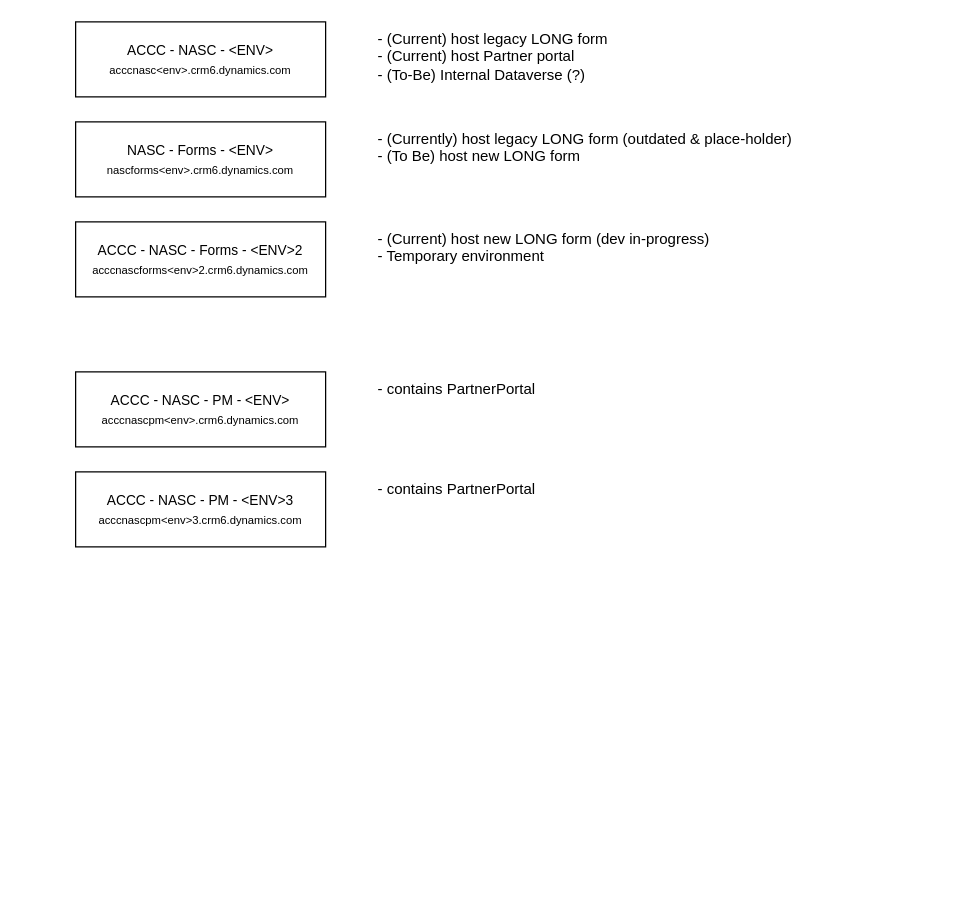
Before: page "Page-3" (3 of 3) of logging/Untitled Diagram.drawio in danieldotskc/helloworld, a draw.io diagram. Source tidied: cells renumbered, new cells numbered last; positions are measured from the earlier drawing's top-left corner, leaving out a move shared by most shapes. Both pictures are drawn from the tidied source at 125%, with x=0, y=0 at pixel (75, 21).
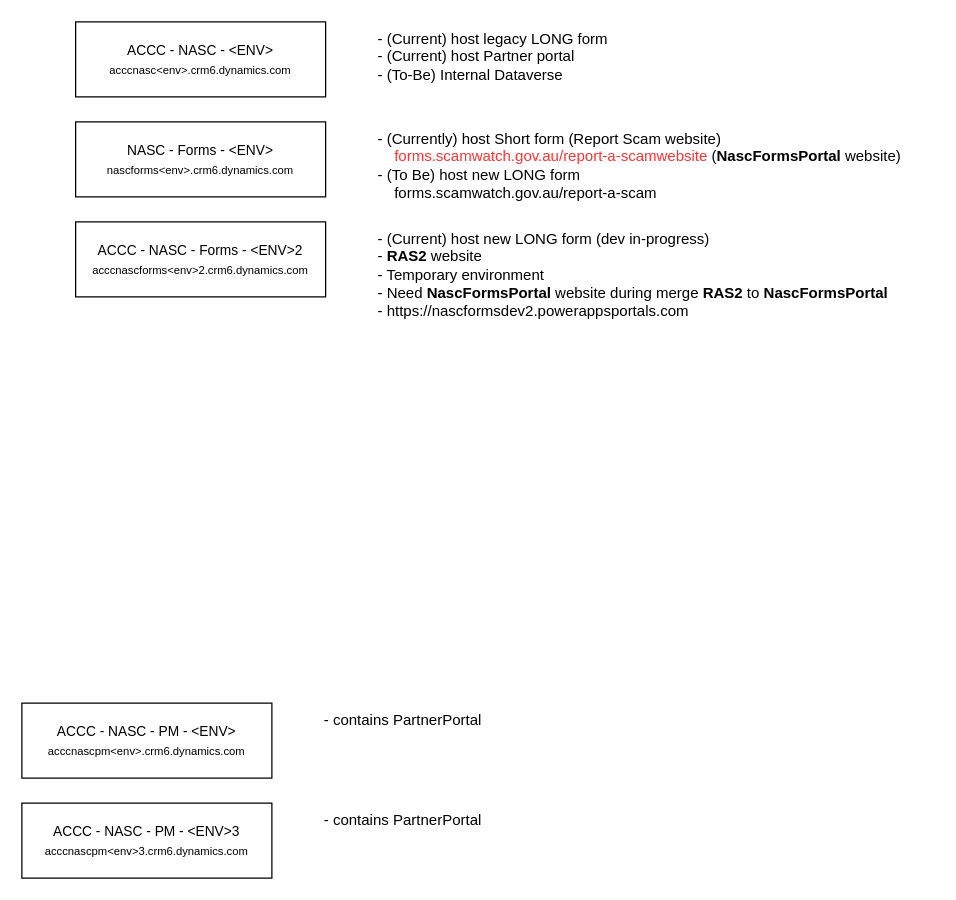
After the change.

What changed in the source:
```diff
@@
 <mxGraphModel>
   <root>
     <mxCell id="0" />
     <mxCell id="1" parent="0" />
     <mxCell id="2" value="&lt;font style=&quot;font-size: 11px;&quot;&gt;ACCC - NASC - Forms - &amp;lt;ENV&amp;gt;2&lt;/font&gt;&lt;div&gt;&lt;font style=&quot;font-size: 9px;&quot;&gt;acccnascforms&amp;lt;env&amp;gt;2.crm6.dynamics.com&lt;/font&gt;&lt;/div&gt;" style="rounded=0;whiteSpace=wrap;html=1;" parent="1" vertex="1">
       <mxGeometry y="160" width="200" height="60" as="geometry" />
     </mxCell>
     <mxCell id="3" value="&lt;font style=&quot;font-size: 11px;&quot;&gt;ACCC - NASC - &amp;lt;ENV&amp;gt;&lt;/font&gt;&lt;div&gt;&lt;font style=&quot;font-size: 9px;&quot;&gt;acccnasc&amp;lt;env&amp;gt;.crm6.dynamics.com&lt;/font&gt;&lt;/div&gt;" style="rounded=0;whiteSpace=wrap;html=1;" parent="1" vertex="1">
       <mxGeometry width="200" height="60" as="geometry" />
     </mxCell>
     <mxCell id="4" value="&lt;span style=&quot;font-size: 11px;&quot;&gt;NASC - Forms - &amp;lt;ENV&amp;gt;&lt;/span&gt;&lt;div&gt;&lt;font style=&quot;font-size: 9px;&quot;&gt;nascforms&amp;lt;env&amp;gt;.crm6.dynamics.com&lt;/font&gt;&lt;/div&gt;" style="rounded=0;whiteSpace=wrap;html=1;" parent="1" vertex="1">
       <mxGeometry y="80" width="200" height="60" as="geometry" />
     </mxCell>
-    <mxCell id="5" value="- (Current) host new LONG form (dev in-progress)&lt;div&gt;- Temporary environment&lt;/div&gt;" style="text;html=1;whiteSpace=wrap;strokeColor=none;fillColor=none;align=left;verticalAlign=top;rounded=0;" parent="1" vertex="1">
-      <mxGeometry x="240" y="160" width="320" height="60" as="geometry" />
+    <mxCell id="5" value="- (Current) host new LONG form (dev in-progress)&lt;div&gt;-&amp;nbsp;&lt;span style=&quot;background-color: transparent; color: light-dark(rgb(0, 0, 0), rgb(255, 255, 255));&quot;&gt;&lt;b&gt;RAS2&lt;/b&gt; website&lt;/span&gt;&lt;/div&gt;&lt;div&gt;- Temporary environment&lt;/div&gt;&lt;div&gt;- Need &lt;b&gt;NascFormsPortal&lt;/b&gt; website during merge &lt;b&gt;RAS2&lt;/b&gt; to &lt;b&gt;NascFormsPortal&lt;/b&gt;&lt;/div&gt;&lt;div&gt;-&amp;nbsp;https://nascformsdev2.powerappsportals.com&lt;/div&gt;" style="text;html=1;whiteSpace=wrap;strokeColor=none;fillColor=none;align=left;verticalAlign=top;rounded=0;" parent="1" vertex="1">
+      <mxGeometry x="240" y="160" width="443" height="60" as="geometry" />
     </mxCell>
-    <mxCell id="6" value="- (Current) host legacy LONG form&lt;div&gt;- (Current) host Partner portal&lt;br&gt;&lt;div&gt;- (To-Be) Internal Dataverse (?)&lt;/div&gt;&lt;/div&gt;" style="text;html=1;whiteSpace=wrap;strokeColor=none;fillColor=none;align=left;verticalAlign=top;rounded=0;" parent="1" vertex="1">
-      <mxGeometry x="240" width="320" height="60" as="geometry" />
+    <mxCell id="6" value="- (Current) host legacy LONG form&lt;div&gt;- (Current) host Partner portal&lt;br&gt;&lt;div&gt;- (To-Be) Internal Dataverse&lt;/div&gt;&lt;/div&gt;" style="text;html=1;whiteSpace=wrap;strokeColor=none;fillColor=none;align=left;verticalAlign=top;rounded=0;" parent="1" vertex="1">
+      <mxGeometry x="240" width="447" height="60" as="geometry" />
     </mxCell>
-    <mxCell id="7" value="&lt;div&gt;- (Currently) host legacy LONG form (outdated &amp;amp; place-holder)&lt;/div&gt;&lt;div&gt;- (To Be) host new LONG form&lt;/div&gt;" style="text;html=1;whiteSpace=wrap;strokeColor=none;fillColor=none;align=left;verticalAlign=top;rounded=0;" parent="1" vertex="1">
-      <mxGeometry x="240" y="80" width="360" height="60" as="geometry" />
+    <mxCell id="7" value="&lt;div&gt;- (Currently) host Short form (Report Scam website)&lt;/div&gt;&lt;div&gt;&amp;nbsp; &amp;nbsp; &lt;font&gt;&lt;span style=&quot;color: rgb(255, 51, 51);&quot;&gt;forms.scamwatch.gov.au/report-a-scamwebsite&lt;/span&gt;&amp;nbsp;(&lt;b style=&quot;&quot;&gt;NascFormsPortal&lt;/b&gt; website)&lt;/font&gt;&lt;/div&gt;&lt;div&gt;- (To Be) host new LONG form&lt;/div&gt;&lt;div&gt;&amp;nbsp; &amp;nbsp; forms.scamwatch.gov.au/report-a-scam&lt;/div&gt;" style="text;html=1;whiteSpace=wrap;strokeColor=none;fillColor=none;align=left;verticalAlign=top;rounded=0;" parent="1" vertex="1">
+      <mxGeometry x="240" y="80" width="443" height="70" as="geometry" />
     </mxCell>
     <mxCell id="8" value="&lt;span style=&quot;font-size: 11px;&quot;&gt;ACCC - NASC - PM - &amp;lt;ENV&amp;gt;&lt;/span&gt;&lt;div&gt;&lt;font style=&quot;font-size: 9px;&quot;&gt;acccnascpm&amp;lt;env&amp;gt;.crm6.dynamics.com&lt;/font&gt;&lt;/div&gt;" style="rounded=0;whiteSpace=wrap;html=1;" parent="1" vertex="1">
-      <mxGeometry y="280" width="200" height="60" as="geometry" />
+      <mxGeometry x="-43" y="545" width="200" height="60" as="geometry" />
     </mxCell>
     <mxCell id="9" value="&lt;div&gt;&lt;span style=&quot;background-color: transparent; color: light-dark(rgb(0, 0, 0), rgb(255, 255, 255));&quot;&gt;- contains PartnerPortal&lt;/span&gt;&lt;/div&gt;" style="text;html=1;whiteSpace=wrap;strokeColor=none;fillColor=none;align=left;verticalAlign=top;rounded=0;" parent="1" vertex="1">
-      <mxGeometry x="240" y="280" width="360" height="60" as="geometry" />
+      <mxGeometry x="197" y="545" width="360" height="60" as="geometry" />
     </mxCell>
     <mxCell id="10" value="&lt;span style=&quot;font-size: 11px;&quot;&gt;ACCC - NASC - PM - &amp;lt;ENV&amp;gt;3&lt;/span&gt;&lt;div&gt;&lt;font style=&quot;font-size: 9px;&quot;&gt;acccnascpm&amp;lt;env&amp;gt;3.crm6.dynamics.com&lt;/font&gt;&lt;/div&gt;" style="rounded=0;whiteSpace=wrap;html=1;" parent="1" vertex="1">
-      <mxGeometry y="360" width="200" height="60" as="geometry" />
+      <mxGeometry x="-43" y="625" width="200" height="60" as="geometry" />
     </mxCell>
     <mxCell id="11" value="&lt;div&gt;&lt;span style=&quot;background-color: transparent; color: light-dark(rgb(0, 0, 0), rgb(255, 255, 255));&quot;&gt;- contains PartnerPortal&lt;/span&gt;&lt;/div&gt;" style="text;html=1;whiteSpace=wrap;strokeColor=none;fillColor=none;align=left;verticalAlign=top;rounded=0;" parent="1" vertex="1">
-      <mxGeometry x="240" y="360" width="360" height="60" as="geometry" />
+      <mxGeometry x="197" y="625" width="360" height="60" as="geometry" />
     </mxCell>
   </root>
 </mxGraphModel>
```
